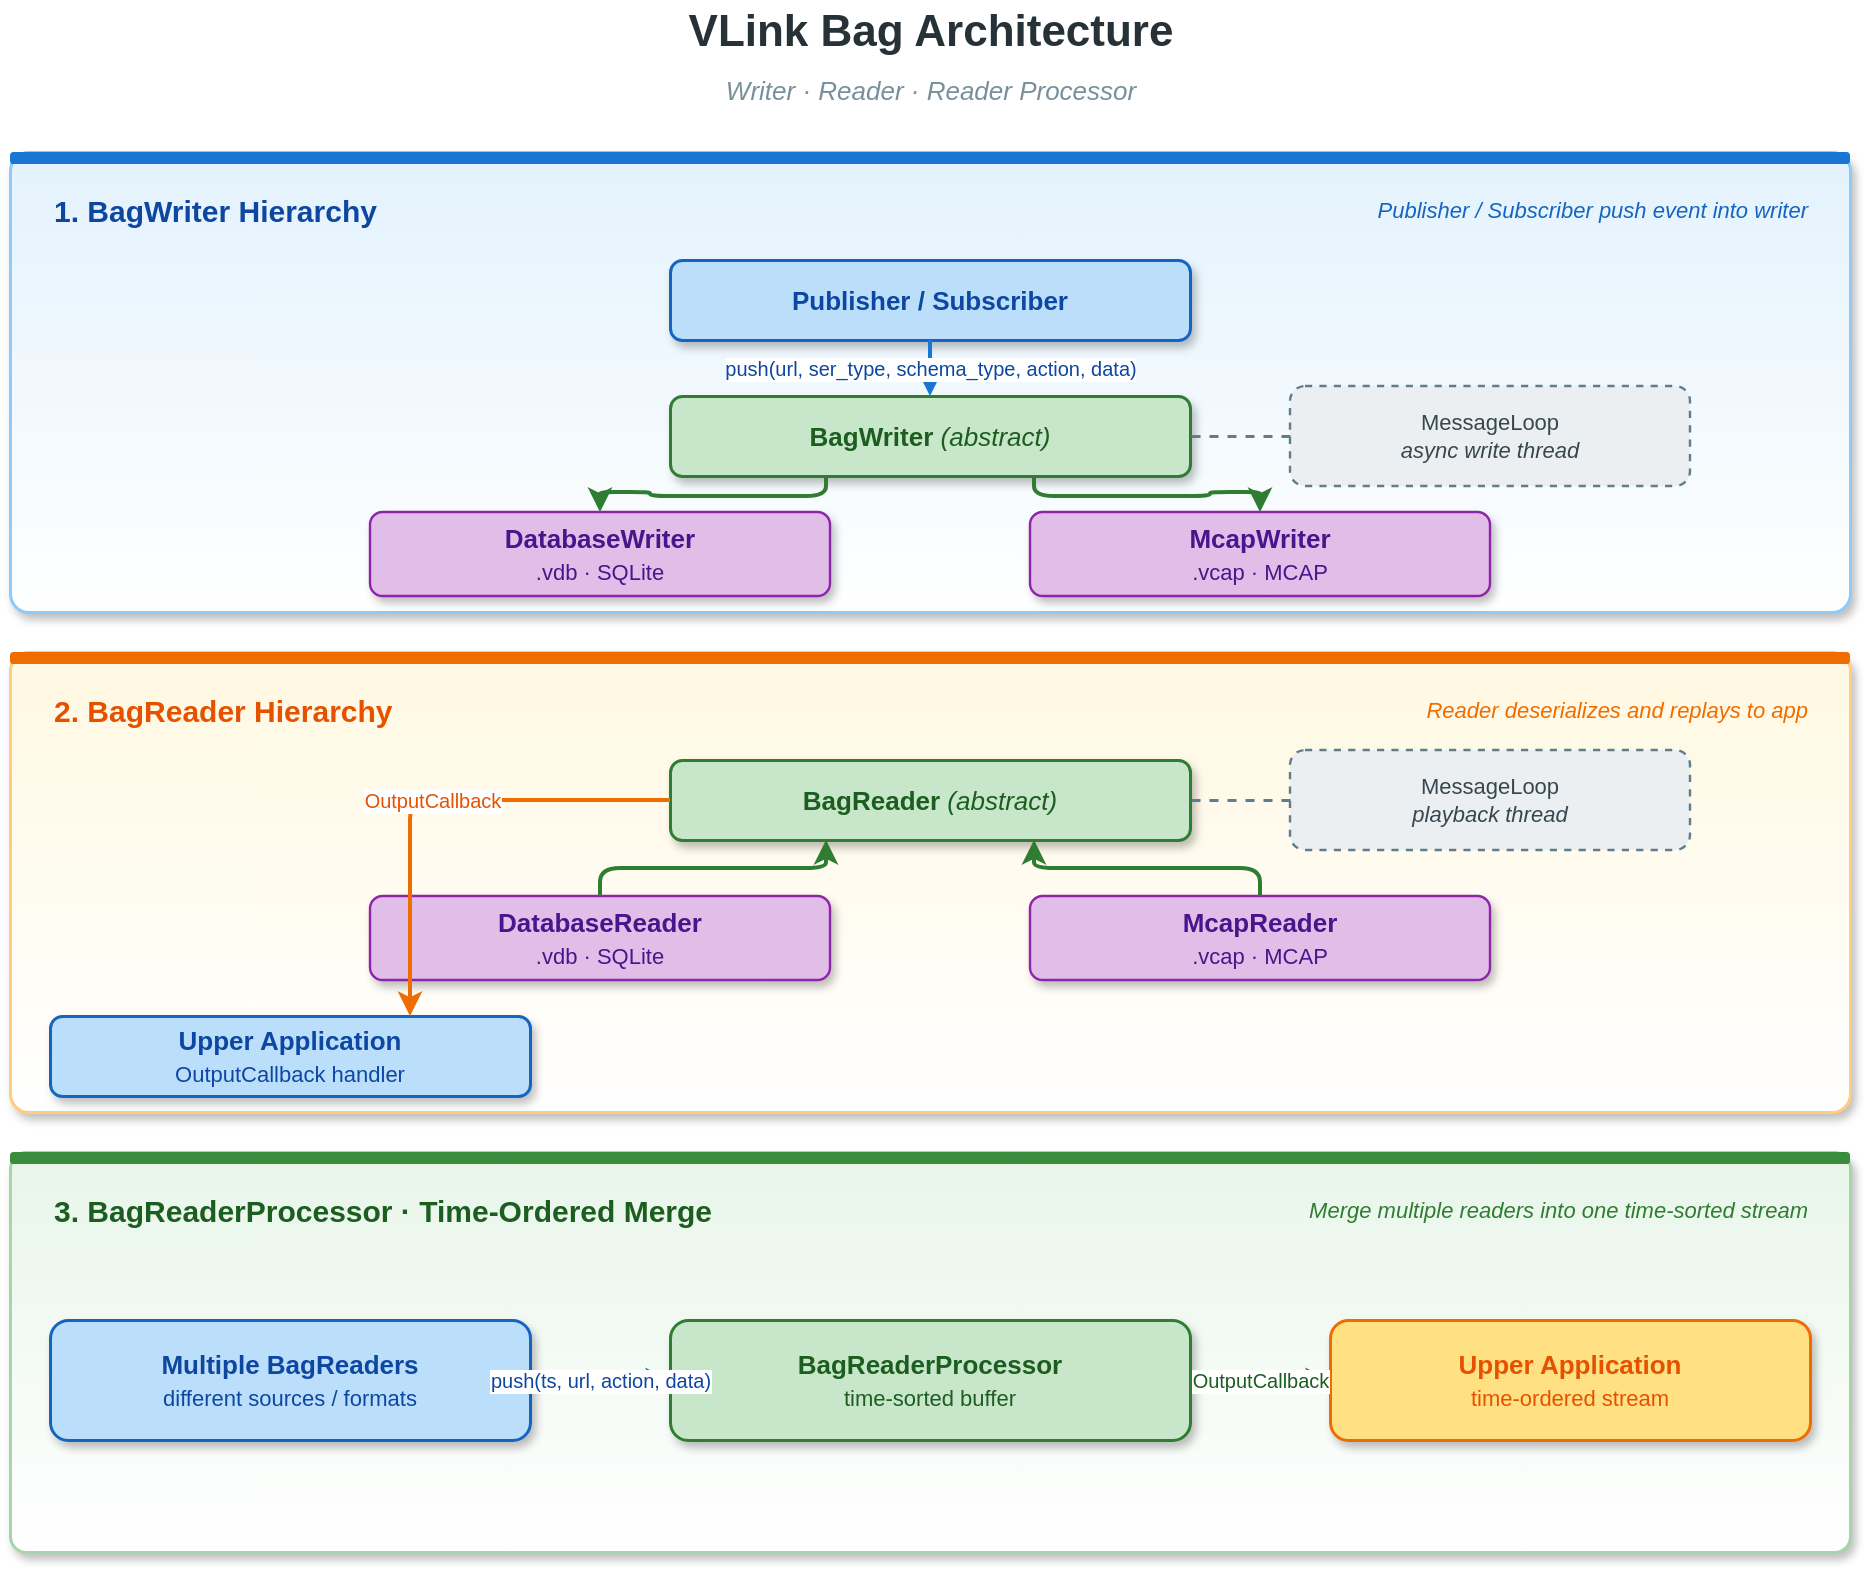
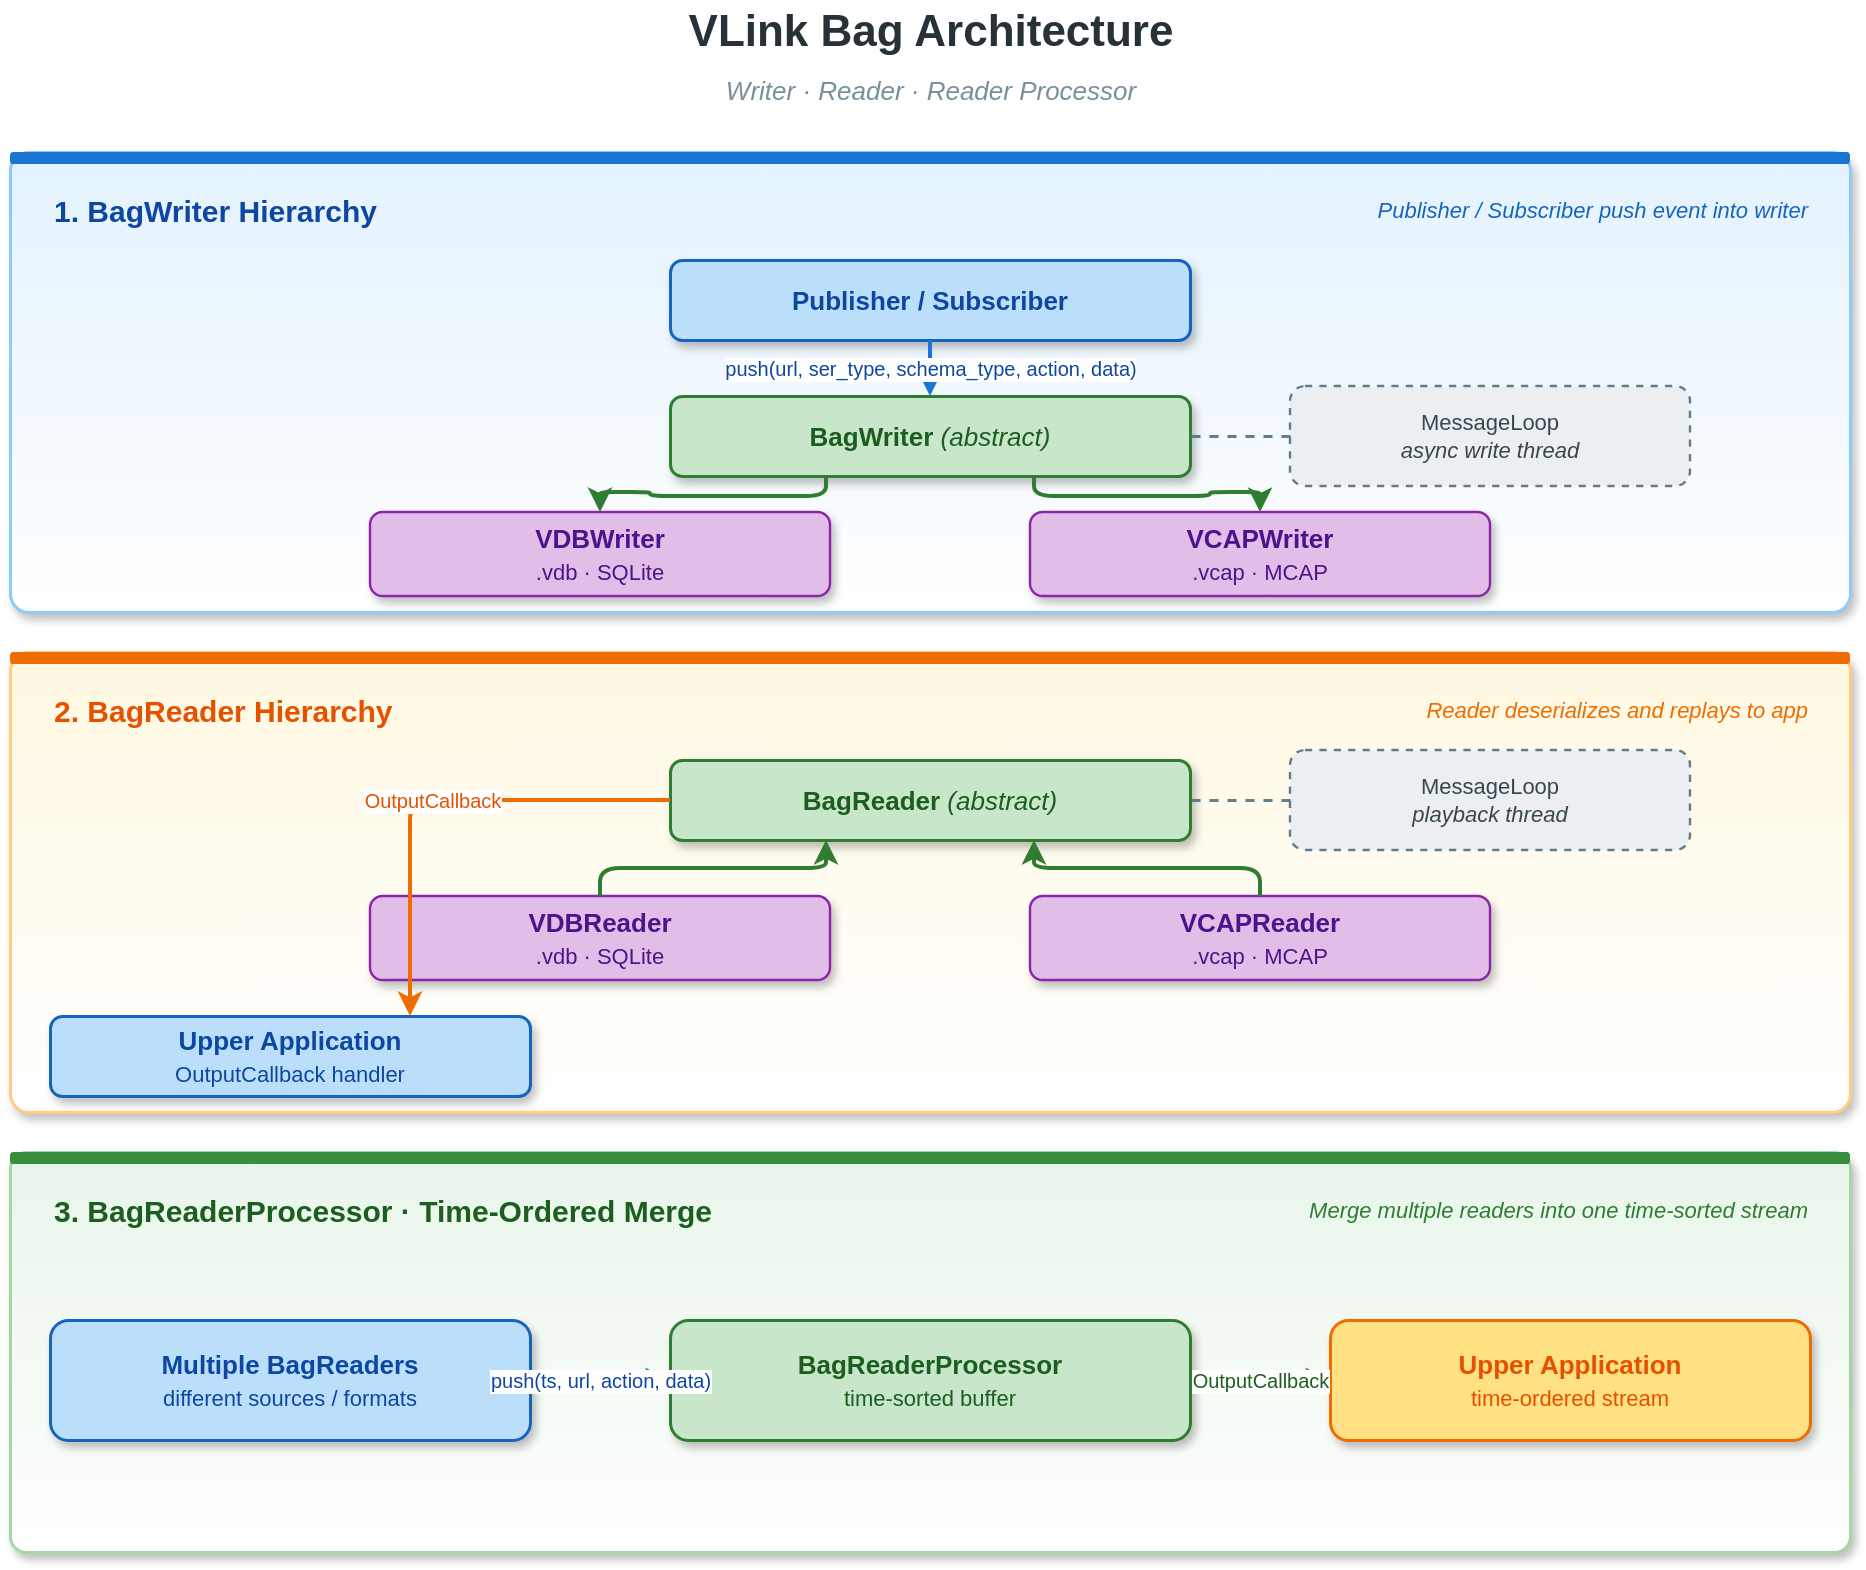
<mxfile host="app.diagrams.net" modified="2026-04-23T00:00:00.000Z" agent="Claude" version="24.0.0" type="device">
  <diagram id="bag-architecture" name="Bag Architecture">
    <mxGraphModel dx="1000" dy="920" grid="0" gridSize="10" guides="1" tooltips="1" connect="1" arrows="1" fold="1" page="1" pageScale="1" pageWidth="1000" pageHeight="920" math="0" shadow="0">
      <root>
        <mxCell id="0" />
        <mxCell id="1" parent="0" />

        <mxCell id="title" value="VLink Bag Architecture" style="text;html=1;align=center;verticalAlign=middle;strokeColor=none;fillColor=none;fontSize=22;fontStyle=1;fontColor=#263238;" vertex="1" parent="1">
          <mxGeometry x="40" y="20" width="920" height="32" as="geometry" />
        </mxCell>
        <mxCell id="subtitle" value="Writer &#183; Reader &#183; Reader Processor" style="text;html=1;align=center;verticalAlign=middle;strokeColor=none;fillColor=none;fontSize=13;fontStyle=2;fontColor=#78909c;" vertex="1" parent="1">
          <mxGeometry x="40" y="54" width="920" height="22" as="geometry" />
        </mxCell>

        <!-- Section 1: BagWriter -->
        <mxCell id="s1bg" value="" style="rounded=1;whiteSpace=wrap;html=1;fillColor=#ffffff;strokeColor=#90caf9;strokeWidth=1.5;arcSize=4;shadow=1;gradientColor=#e3f2fd;gradientDirection=north;" vertex="1" parent="1">
          <mxGeometry x="40" y="96" width="920" height="230" as="geometry" />
        </mxCell>
        <mxCell id="s1bar" value="" style="rounded=1;whiteSpace=wrap;html=1;fillColor=#1976d2;strokeColor=none;arcSize=30;" vertex="1" parent="1">
          <mxGeometry x="40" y="96" width="920" height="6" as="geometry" />
        </mxCell>
        <mxCell id="s1t" value="1. BagWriter Hierarchy" style="text;html=1;align=left;verticalAlign=middle;strokeColor=none;fillColor=none;fontSize=15;fontStyle=1;fontColor=#0d47a1;" vertex="1" parent="1">
          <mxGeometry x="60" y="112" width="500" height="26" as="geometry" />
        </mxCell>
        <mxCell id="s1h" value="Publisher / Subscriber push event into writer" style="text;html=1;align=right;verticalAlign=middle;strokeColor=none;fillColor=none;fontSize=11;fontStyle=2;fontColor=#1565c0;" vertex="1" parent="1">
          <mxGeometry x="560" y="114" width="380" height="22" as="geometry" />
        </mxCell>

        <mxCell id="w_src" value="&lt;b&gt;Publisher / Subscriber&lt;/b&gt;" style="rounded=1;whiteSpace=wrap;html=1;fillColor=#bbdefb;strokeColor=#1565c0;strokeWidth=1.5;fontSize=13;fontColor=#0d47a1;shadow=1;" vertex="1" parent="1">
          <mxGeometry x="370" y="150" width="260" height="40" as="geometry" />
        </mxCell>

        <mxCell id="w_abs" value="&lt;b&gt;BagWriter&lt;/b&gt; &lt;i&gt;(abstract)&lt;/i&gt;" style="rounded=1;whiteSpace=wrap;html=1;fillColor=#c8e6c9;strokeColor=#2e7d32;strokeWidth=1.5;fontSize=13;fontColor=#1b5e20;shadow=1;" vertex="1" parent="1">
          <mxGeometry x="370" y="218" width="260" height="40" as="geometry" />
        </mxCell>

        <mxCell id="w_note" value="MessageLoop&lt;br/&gt;&lt;i&gt;async write thread&lt;/i&gt;" style="rounded=1;whiteSpace=wrap;html=1;fillColor=#eceff1;strokeColor=#607d8b;strokeWidth=1.2;fontSize=11;fontColor=#37474f;dashed=1;" vertex="1" parent="1">
          <mxGeometry x="680" y="213" width="200" height="50" as="geometry" />
        </mxCell>

-         <mxCell id="w_db" value="&lt;b&gt;DatabaseWriter&lt;/b&gt;&lt;br/&gt;&lt;span style=&quot;font-size:11px;&quot;&gt;.vdb &#183; SQLite&lt;/span&gt;" style="rounded=1;whiteSpace=wrap;html=1;fillColor=#e1bee7;strokeColor=#8e24aa;strokeWidth=1.2;fontSize=13;fontColor=#4a148c;shadow=1;" vertex="1" parent="1">
+         <mxCell id="w_db" value="&lt;b&gt;VDBWriter&lt;/b&gt;&lt;br/&gt;&lt;span style=&quot;font-size:11px;&quot;&gt;.vdb &#183; SQLite&lt;/span&gt;" style="rounded=1;whiteSpace=wrap;html=1;fillColor=#e1bee7;strokeColor=#8e24aa;strokeWidth=1.2;fontSize=13;fontColor=#4a148c;shadow=1;" vertex="1" parent="1">
          <mxGeometry x="220" y="276" width="230" height="42" as="geometry" />
        </mxCell>

-         <mxCell id="w_mcap" value="&lt;b&gt;McapWriter&lt;/b&gt;&lt;br/&gt;&lt;span style=&quot;font-size:11px;&quot;&gt;.vcap &#183; MCAP&lt;/span&gt;" style="rounded=1;whiteSpace=wrap;html=1;fillColor=#e1bee7;strokeColor=#8e24aa;strokeWidth=1.2;fontSize=13;fontColor=#4a148c;shadow=1;" vertex="1" parent="1">
+         <mxCell id="w_mcap" value="&lt;b&gt;VCAPWriter&lt;/b&gt;&lt;br/&gt;&lt;span style=&quot;font-size:11px;&quot;&gt;.vcap &#183; MCAP&lt;/span&gt;" style="rounded=1;whiteSpace=wrap;html=1;fillColor=#e1bee7;strokeColor=#8e24aa;strokeWidth=1.2;fontSize=13;fontColor=#4a148c;shadow=1;" vertex="1" parent="1">
          <mxGeometry x="550" y="276" width="230" height="42" as="geometry" />
        </mxCell>

        <mxCell id="w_a1" value="push(url, ser_type, schema_type, action, data)" style="edgeStyle=orthogonalEdgeStyle;rounded=1;endArrow=classic;endFill=1;html=1;strokeWidth=2;strokeColor=#1976d2;fontSize=10;fontColor=#0d47a1;labelBackgroundColor=#ffffff;exitX=0.5;exitY=1;entryX=0.5;entryY=0;" edge="1" parent="1" source="w_src" target="w_abs">
          <mxGeometry relative="1" as="geometry" />
        </mxCell>
        <mxCell id="w_a2" value="" style="edgeStyle=orthogonalEdgeStyle;rounded=1;endArrow=none;html=1;strokeWidth=1.5;strokeColor=#607d8b;dashed=1;exitX=0;exitY=0.5;entryX=1;entryY=0.5;" edge="1" parent="1" source="w_note" target="w_abs">
          <mxGeometry relative="1" as="geometry" />
        </mxCell>
        <mxCell id="w_a3" value="" style="edgeStyle=orthogonalEdgeStyle;rounded=1;endArrow=classic;endFill=1;html=1;strokeWidth=2;strokeColor=#2e7d32;exitX=0.3;exitY=1;entryX=0.5;entryY=0;" edge="1" parent="1" source="w_abs" target="w_db">
          <mxGeometry relative="1" as="geometry" />
        </mxCell>
        <mxCell id="w_a4" value="" style="edgeStyle=orthogonalEdgeStyle;rounded=1;endArrow=classic;endFill=1;html=1;strokeWidth=2;strokeColor=#2e7d32;exitX=0.7;exitY=1;entryX=0.5;entryY=0;" edge="1" parent="1" source="w_abs" target="w_mcap">
          <mxGeometry relative="1" as="geometry" />
        </mxCell>

        <!-- Section 2: BagReader -->
        <mxCell id="s2bg" value="" style="rounded=1;whiteSpace=wrap;html=1;fillColor=#ffffff;strokeColor=#ffcc80;strokeWidth=1.5;arcSize=4;shadow=1;gradientColor=#fff8e1;gradientDirection=north;" vertex="1" parent="1">
          <mxGeometry x="40" y="346" width="920" height="230" as="geometry" />
        </mxCell>
        <mxCell id="s2bar" value="" style="rounded=1;whiteSpace=wrap;html=1;fillColor=#ef6c00;strokeColor=none;arcSize=30;" vertex="1" parent="1">
          <mxGeometry x="40" y="346" width="920" height="6" as="geometry" />
        </mxCell>
        <mxCell id="s2t" value="2. BagReader Hierarchy" style="text;html=1;align=left;verticalAlign=middle;strokeColor=none;fillColor=none;fontSize=15;fontStyle=1;fontColor=#e65100;" vertex="1" parent="1">
          <mxGeometry x="60" y="362" width="500" height="26" as="geometry" />
        </mxCell>
        <mxCell id="s2h" value="Reader deserializes and replays to app" style="text;html=1;align=right;verticalAlign=middle;strokeColor=none;fillColor=none;fontSize=11;fontStyle=2;fontColor=#ef6c00;" vertex="1" parent="1">
          <mxGeometry x="560" y="364" width="380" height="22" as="geometry" />
        </mxCell>

        <mxCell id="r_abs" value="&lt;b&gt;BagReader&lt;/b&gt; &lt;i&gt;(abstract)&lt;/i&gt;" style="rounded=1;whiteSpace=wrap;html=1;fillColor=#c8e6c9;strokeColor=#2e7d32;strokeWidth=1.5;fontSize=13;fontColor=#1b5e20;shadow=1;" vertex="1" parent="1">
          <mxGeometry x="370" y="400" width="260" height="40" as="geometry" />
        </mxCell>
        <mxCell id="r_note" value="MessageLoop&lt;br/&gt;&lt;i&gt;playback thread&lt;/i&gt;" style="rounded=1;whiteSpace=wrap;html=1;fillColor=#eceff1;strokeColor=#607d8b;strokeWidth=1.2;fontSize=11;fontColor=#37474f;dashed=1;" vertex="1" parent="1">
          <mxGeometry x="680" y="395" width="200" height="50" as="geometry" />
        </mxCell>
        <mxCell id="r_a_note" value="" style="edgeStyle=orthogonalEdgeStyle;rounded=1;endArrow=none;html=1;strokeWidth=1.5;strokeColor=#607d8b;dashed=1;exitX=0;exitY=0.5;entryX=1;entryY=0.5;" edge="1" parent="1" source="r_note" target="r_abs">
          <mxGeometry relative="1" as="geometry" />
        </mxCell>

-         <mxCell id="r_db" value="&lt;b&gt;DatabaseReader&lt;/b&gt;&lt;br/&gt;&lt;span style=&quot;font-size:11px;&quot;&gt;.vdb &#183; SQLite&lt;/span&gt;" style="rounded=1;whiteSpace=wrap;html=1;fillColor=#e1bee7;strokeColor=#8e24aa;strokeWidth=1.2;fontSize=13;fontColor=#4a148c;shadow=1;" vertex="1" parent="1">
+         <mxCell id="r_db" value="&lt;b&gt;VDBReader&lt;/b&gt;&lt;br/&gt;&lt;span style=&quot;font-size:11px;&quot;&gt;.vdb &#183; SQLite&lt;/span&gt;" style="rounded=1;whiteSpace=wrap;html=1;fillColor=#e1bee7;strokeColor=#8e24aa;strokeWidth=1.2;fontSize=13;fontColor=#4a148c;shadow=1;" vertex="1" parent="1">
          <mxGeometry x="220" y="468" width="230" height="42" as="geometry" />
        </mxCell>
-         <mxCell id="r_mcap" value="&lt;b&gt;McapReader&lt;/b&gt;&lt;br/&gt;&lt;span style=&quot;font-size:11px;&quot;&gt;.vcap &#183; MCAP&lt;/span&gt;" style="rounded=1;whiteSpace=wrap;html=1;fillColor=#e1bee7;strokeColor=#8e24aa;strokeWidth=1.2;fontSize=13;fontColor=#4a148c;shadow=1;" vertex="1" parent="1">
+         <mxCell id="r_mcap" value="&lt;b&gt;VCAPReader&lt;/b&gt;&lt;br/&gt;&lt;span style=&quot;font-size:11px;&quot;&gt;.vcap &#183; MCAP&lt;/span&gt;" style="rounded=1;whiteSpace=wrap;html=1;fillColor=#e1bee7;strokeColor=#8e24aa;strokeWidth=1.2;fontSize=13;fontColor=#4a148c;shadow=1;" vertex="1" parent="1">
          <mxGeometry x="550" y="468" width="230" height="42" as="geometry" />
        </mxCell>

        <mxCell id="r_app" value="&lt;b&gt;Upper Application&lt;/b&gt;&lt;br/&gt;&lt;span style=&quot;font-size:11px;&quot;&gt;OutputCallback handler&lt;/span&gt;" style="rounded=1;whiteSpace=wrap;html=1;fillColor=#bbdefb;strokeColor=#1565c0;strokeWidth=1.5;fontSize=13;fontColor=#0d47a1;shadow=1;" vertex="1" parent="1">
          <mxGeometry x="60" y="528" width="240" height="40" as="geometry" />
        </mxCell>

        <mxCell id="r_a1" value="" style="edgeStyle=orthogonalEdgeStyle;rounded=1;endArrow=classic;endFill=1;html=1;strokeWidth=2;strokeColor=#2e7d32;exitX=0.5;exitY=0;entryX=0.3;entryY=1;" edge="1" parent="1" source="r_db" target="r_abs">
          <mxGeometry relative="1" as="geometry" />
        </mxCell>
        <mxCell id="r_a2" value="" style="edgeStyle=orthogonalEdgeStyle;rounded=1;endArrow=classic;endFill=1;html=1;strokeWidth=2;strokeColor=#2e7d32;exitX=0.5;exitY=0;entryX=0.7;entryY=1;" edge="1" parent="1" source="r_mcap" target="r_abs">
          <mxGeometry relative="1" as="geometry" />
        </mxCell>
        <mxCell id="r_a3" value="OutputCallback" style="edgeStyle=orthogonalEdgeStyle;rounded=1;endArrow=classic;endFill=1;html=1;strokeWidth=2;strokeColor=#ef6c00;fontSize=10;fontColor=#e65100;labelBackgroundColor=#ffffff;exitX=0;exitY=0.5;entryX=0.75;entryY=0;" edge="1" parent="1" source="r_abs" target="r_app">
          <mxGeometry relative="1" as="geometry" />
        </mxCell>

        <!-- Section 3: Reader Processor -->
        <mxCell id="s3bg" value="" style="rounded=1;whiteSpace=wrap;html=1;fillColor=#ffffff;strokeColor=#a5d6a7;strokeWidth=1.5;arcSize=4;shadow=1;gradientColor=#e8f5e9;gradientDirection=north;" vertex="1" parent="1">
          <mxGeometry x="40" y="596" width="920" height="200" as="geometry" />
        </mxCell>
        <mxCell id="s3bar" value="" style="rounded=1;whiteSpace=wrap;html=1;fillColor=#388e3c;strokeColor=none;arcSize=30;" vertex="1" parent="1">
          <mxGeometry x="40" y="596" width="920" height="6" as="geometry" />
        </mxCell>
        <mxCell id="s3t" value="3. BagReaderProcessor &#183; Time-Ordered Merge" style="text;html=1;align=left;verticalAlign=middle;strokeColor=none;fillColor=none;fontSize=15;fontStyle=1;fontColor=#1b5e20;" vertex="1" parent="1">
          <mxGeometry x="60" y="612" width="500" height="26" as="geometry" />
        </mxCell>
        <mxCell id="s3h" value="Merge multiple readers into one time-sorted stream" style="text;html=1;align=right;verticalAlign=middle;strokeColor=none;fillColor=none;fontSize=11;fontStyle=2;fontColor=#2e7d32;" vertex="1" parent="1">
          <mxGeometry x="560" y="614" width="380" height="22" as="geometry" />
        </mxCell>

        <mxCell id="p_src" value="&lt;b&gt;Multiple BagReaders&lt;/b&gt;&lt;br/&gt;&lt;span style=&quot;font-size:11px;&quot;&gt;different sources / formats&lt;/span&gt;" style="rounded=1;whiteSpace=wrap;html=1;fillColor=#bbdefb;strokeColor=#1565c0;strokeWidth=1.5;fontSize=13;fontColor=#0d47a1;shadow=1;" vertex="1" parent="1">
          <mxGeometry x="60" y="680" width="240" height="60" as="geometry" />
        </mxCell>
        <mxCell id="p_proc" value="&lt;b&gt;BagReaderProcessor&lt;/b&gt;&lt;br/&gt;&lt;span style=&quot;font-size:11px;&quot;&gt;time-sorted buffer&lt;/span&gt;" style="rounded=1;whiteSpace=wrap;html=1;fillColor=#c8e6c9;strokeColor=#2e7d32;strokeWidth=1.5;fontSize=13;fontColor=#1b5e20;shadow=1;" vertex="1" parent="1">
          <mxGeometry x="370" y="680" width="260" height="60" as="geometry" />
        </mxCell>
        <mxCell id="p_app" value="&lt;b&gt;Upper Application&lt;/b&gt;&lt;br/&gt;&lt;span style=&quot;font-size:11px;&quot;&gt;time-ordered stream&lt;/span&gt;" style="rounded=1;whiteSpace=wrap;html=1;fillColor=#ffe082;strokeColor=#ef6c00;strokeWidth=1.5;fontSize=13;fontColor=#e65100;shadow=1;" vertex="1" parent="1">
          <mxGeometry x="700" y="680" width="240" height="60" as="geometry" />
        </mxCell>

        <mxCell id="p_a1" value="push(ts, url, action, data)" style="edgeStyle=orthogonalEdgeStyle;rounded=1;endArrow=classic;endFill=1;html=1;strokeWidth=2;strokeColor=#1976d2;fontSize=10;fontColor=#0d47a1;labelBackgroundColor=#ffffff;exitX=1;exitY=0.5;entryX=0;entryY=0.5;" edge="1" parent="1" source="p_src" target="p_proc">
          <mxGeometry relative="1" as="geometry" />
        </mxCell>
        <mxCell id="p_a2" value="OutputCallback" style="edgeStyle=orthogonalEdgeStyle;rounded=1;endArrow=classic;endFill=1;html=1;strokeWidth=2;strokeColor=#2e7d32;fontSize=10;fontColor=#1b5e20;labelBackgroundColor=#ffffff;exitX=1;exitY=0.5;entryX=0;entryY=0.5;" edge="1" parent="1" source="p_proc" target="p_app">
          <mxGeometry relative="1" as="geometry" />
        </mxCell>

      </root>
    </mxGraphModel>
  </diagram>
</mxfile>
